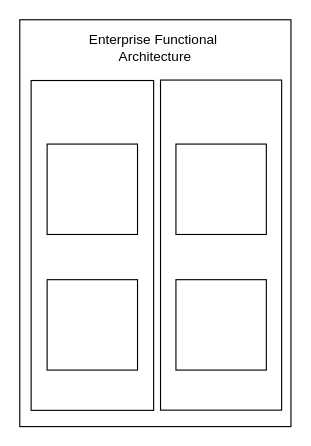
Earlier version of the draw.io diagram Untitled Diagram.drawio (Vaikulkarni/PersonalWebsite). Source tidied: cells renumbered, new cells numbered last; positions are measured from the earlier drawing's top-left corner, leaving out a move shared by most shapes. Both pictures are drawn from the tidied source at 113%, with x=0, y=0 at pixel (-73, 31).
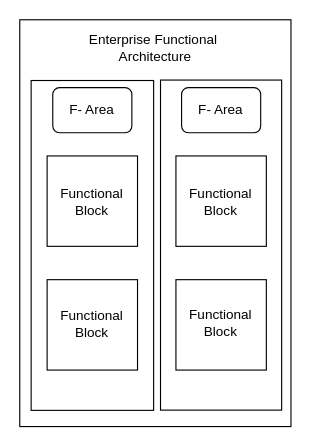
Above is the later version.

Change to the diagram source:
```diff
@@
 <mxGraphModel>
   <root>
     <mxCell id="0" />
     <mxCell id="1" parent="0" />
     <mxCell id="2" style="rounded=0;whiteSpace=wrap;html=1;rotation=90;" parent="1" vertex="1">
       <mxGeometry x="22" y="50" width="360" height="240" as="geometry" />
     </mxCell>
     <mxCell id="3" value="Enterprise Functional&amp;nbsp;&lt;br&gt;Architecture" style="text;html=1;strokeColor=none;fillColor=none;align=center;verticalAlign=middle;whiteSpace=wrap;rounded=0;" parent="1" vertex="1">
       <mxGeometry x="127" width="150" height="30" as="geometry" />
     </mxCell>
     <mxCell id="4" style="rounded=0;whiteSpace=wrap;html=1;rotation=90;" parent="1" vertex="1">
       <mxGeometry x="0.3" y="135.5" width="291.9" height="108.4" as="geometry" />
     </mxCell>
     <mxCell id="5" style="whiteSpace=wrap;html=1;rotation=90;" parent="1" vertex="1">
-      <mxGeometry x="106.2" y="100" width="80" height="80" as="geometry" />
+      <mxGeometry x="106.2" y="110.5" width="80" height="80" as="geometry" />
     </mxCell>
     <mxCell id="6" style="whiteSpace=wrap;html=1;" parent="1" vertex="1">
       <mxGeometry x="106.2" y="220" width="80" height="80" as="geometry" />
     </mxCell>
     <mxCell id="7" style="rounded=0;whiteSpace=wrap;html=1;rotation=90;" parent="1" vertex="1">
       <mxGeometry x="114.1" y="135.8" width="292.1" height="107.2" as="geometry" />
     </mxCell>
-    <mxCell id="8" style="whiteSpace=wrap;html=1;rotation=90;" parent="1" vertex="1">
-      <mxGeometry x="220.2" y="100" width="80" height="80" as="geometry" />
+    <mxCell id="8" value="Functional Block" style="whiteSpace=wrap;html=1;rotation=0;" parent="1" vertex="1">
+      <mxGeometry x="220.2" y="110.5" width="80" height="80" as="geometry" />
     </mxCell>
     <mxCell id="9" style="whiteSpace=wrap;html=1;rotation=90;" parent="1" vertex="1">
       <mxGeometry x="220.2" y="220" width="80" height="80" as="geometry" />
     </mxCell>
+    <mxCell id="10" value="F- Area" style="rounded=1;whiteSpace=wrap;html=1;" parent="1" vertex="1">
+      <mxGeometry x="111.2" y="50" width="70" height="40" as="geometry" />
+    </mxCell>
+    <mxCell id="11" value="F- Area" style="rounded=1;whiteSpace=wrap;html=1;" parent="1" vertex="1">
+      <mxGeometry x="225.2" y="50" width="70" height="40" as="geometry" />
+    </mxCell>
+    <mxCell id="12" value="Functional Block" style="text;html=1;strokeColor=none;fillColor=none;align=center;verticalAlign=middle;whiteSpace=wrap;rounded=0;" parent="1" vertex="1">
+      <mxGeometry x="116.2" y="135.5" width="60" height="30" as="geometry" />
+    </mxCell>
+    <mxCell id="13" value="Functional Block" style="text;html=1;strokeColor=none;fillColor=none;align=center;verticalAlign=middle;whiteSpace=wrap;rounded=0;" parent="1" vertex="1">
+      <mxGeometry x="116.2" y="243.9" width="60" height="30" as="geometry" />
+    </mxCell>
+    <mxCell id="14" value="Functional Block" style="text;html=1;strokeColor=none;fillColor=none;align=center;verticalAlign=middle;whiteSpace=wrap;rounded=0;" parent="1" vertex="1">
+      <mxGeometry x="230.2" y="243" width="60" height="30" as="geometry" />
+    </mxCell>
   </root>
 </mxGraphModel>
```
